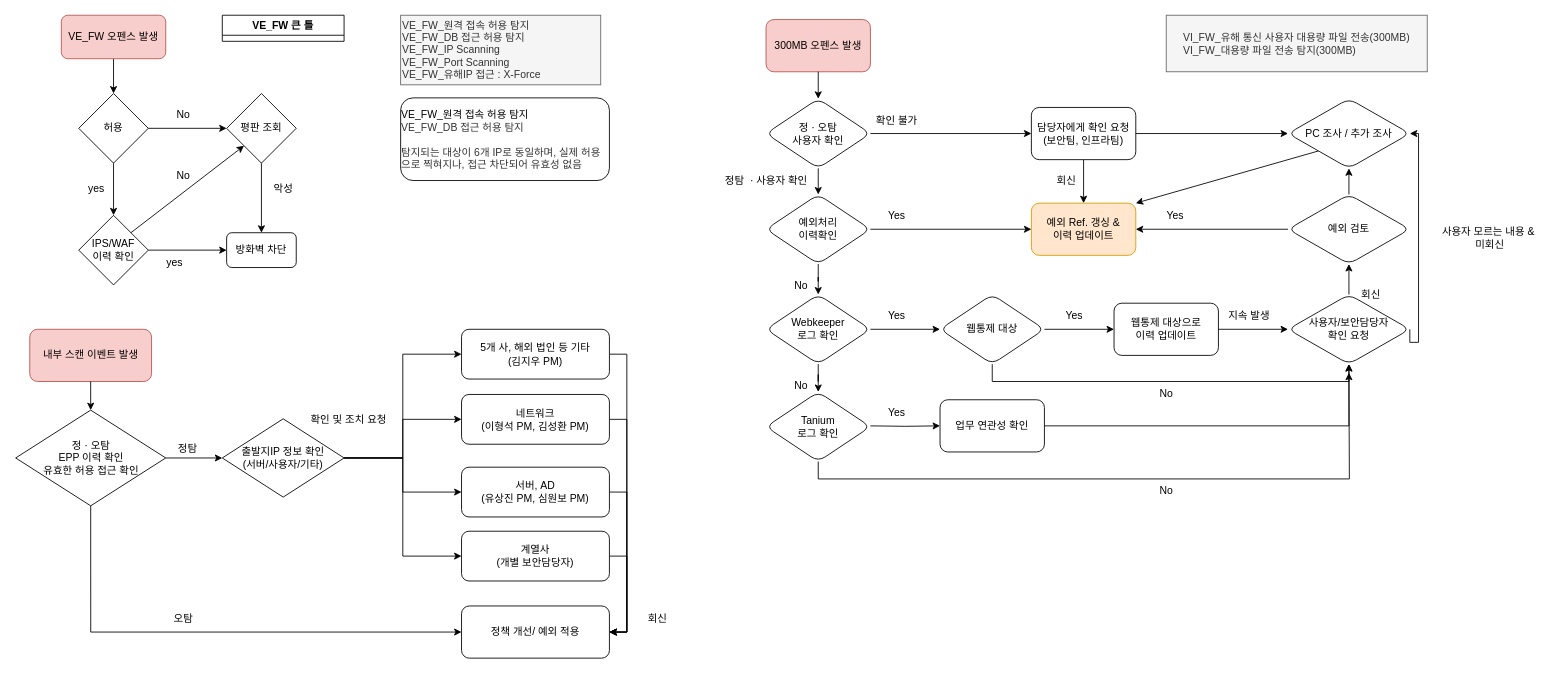
This is Test.drawio from mangjong/Working, a draw.io file, before an edit. Source tidied: cells renumbered, new cells numbered last; positions are measured from the earlier drawing's top-left corner, leaving out a move shared by most shapes. Both pictures are drawn from the tidied source at 87%, with x=0, y=0 at pixel (16, 15).
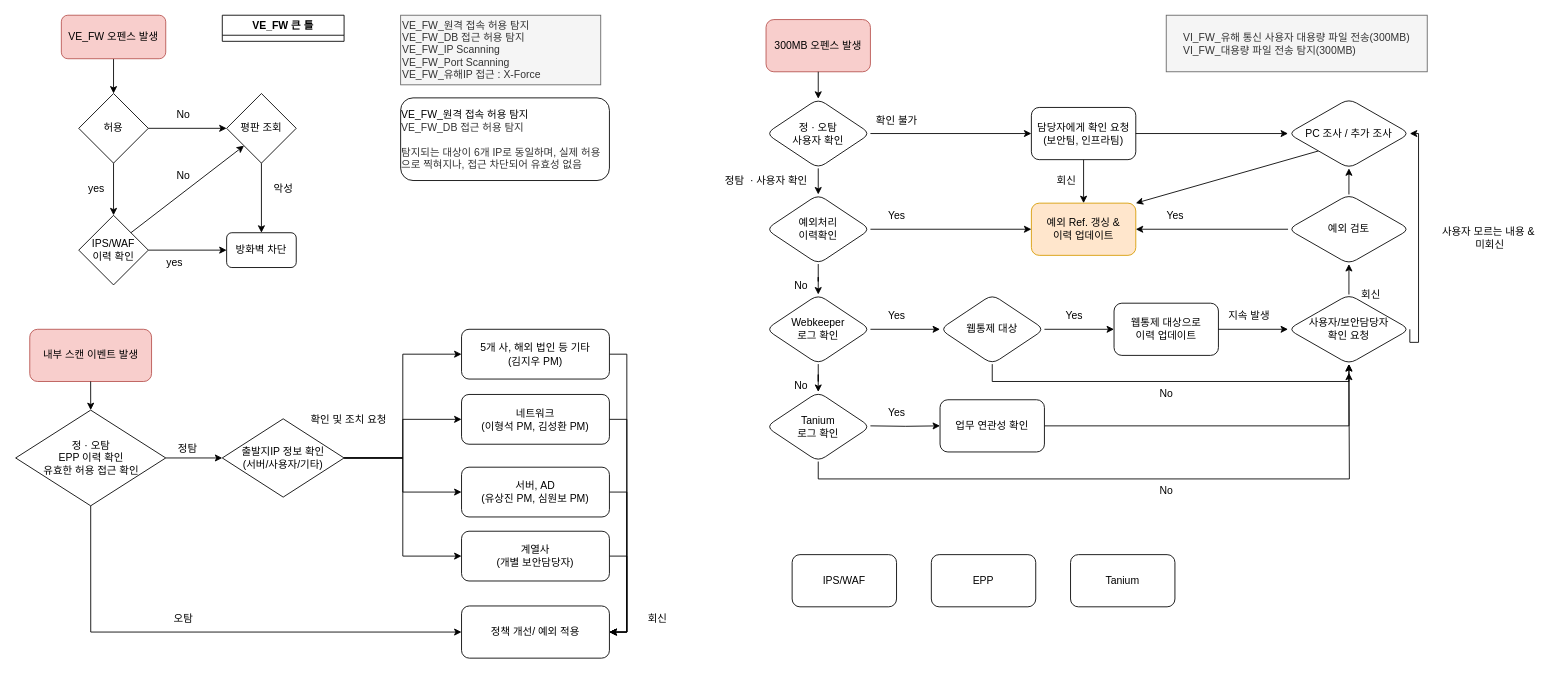
The same diagram, later.

Change to the diagram source:
```diff
@@
+    <mxCell id="95" value="IPS/WAF" style="rounded=1;whiteSpace=wrap;html=1;" parent="1" vertex="1">
+      <mxGeometry x="892" y="620" width="120" height="60" as="geometry" />
+    </mxCell>
+    <mxCell id="96" value="EPP" style="rounded=1;whiteSpace=wrap;html=1;" parent="1" vertex="1">
+      <mxGeometry x="1052" y="620" width="120" height="60" as="geometry" />
+    </mxCell>
+    <mxCell id="97" value="Tanium" style="rounded=1;whiteSpace=wrap;html=1;" parent="1" vertex="1">
+      <mxGeometry x="1212" y="620" width="120" height="60" as="geometry" />
+    </mxCell>
```
